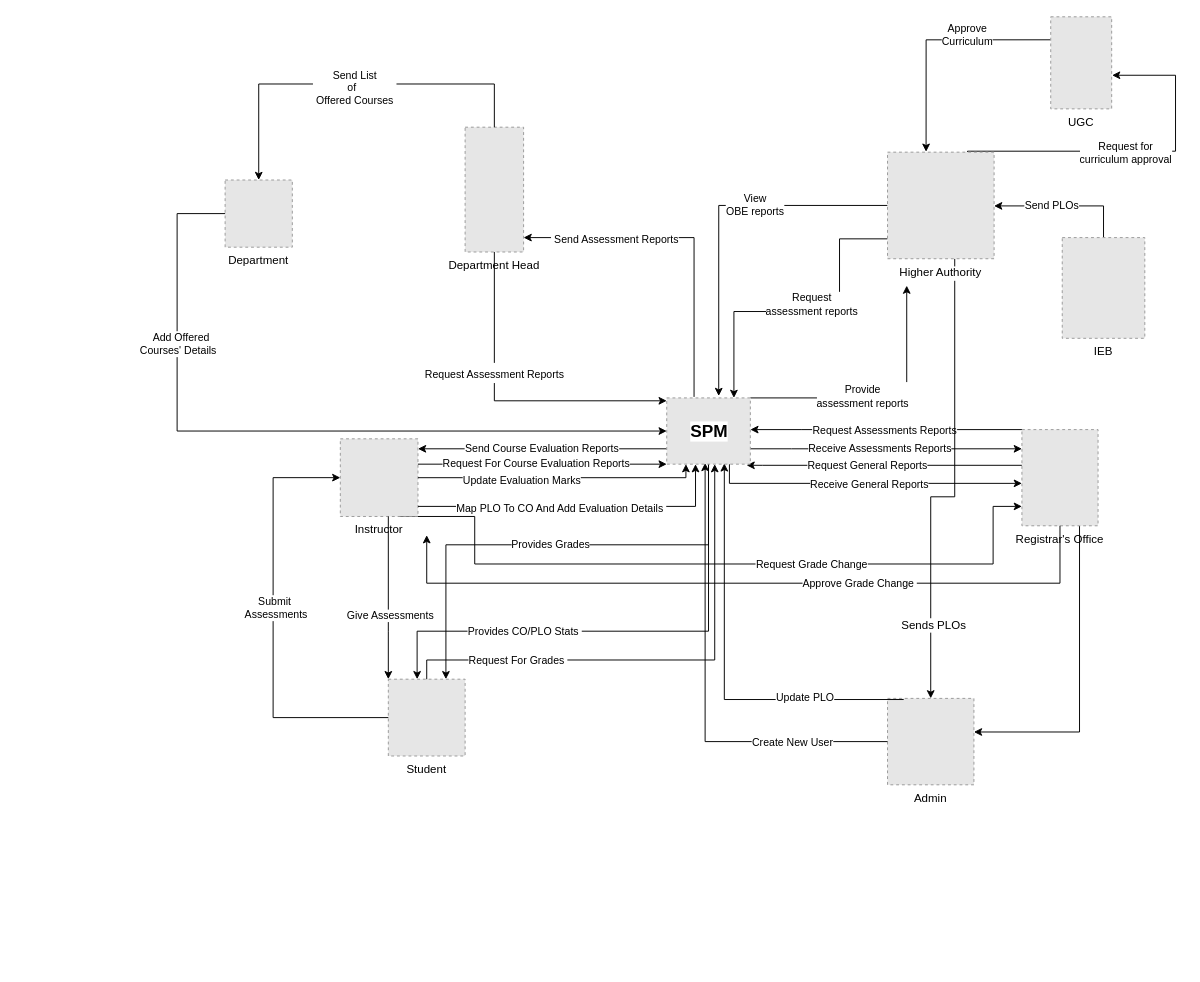
Above: Documentation/Rich_Picture_TOBE.drawio in injamam00155/CSE303-sec-04-Group-03 (draw.io), before the change. Source tidied: cells renumbered, new cells numbered last; positions are measured from the earlier drawing's top-left corner, leaving out a move shared by most shapes. Both pictures are drawn from the tidied source at 96%, with x=0, y=0 at pixel (177, 16). Pictures stored in the file or linked from it are replaced by grey dashed boxes.
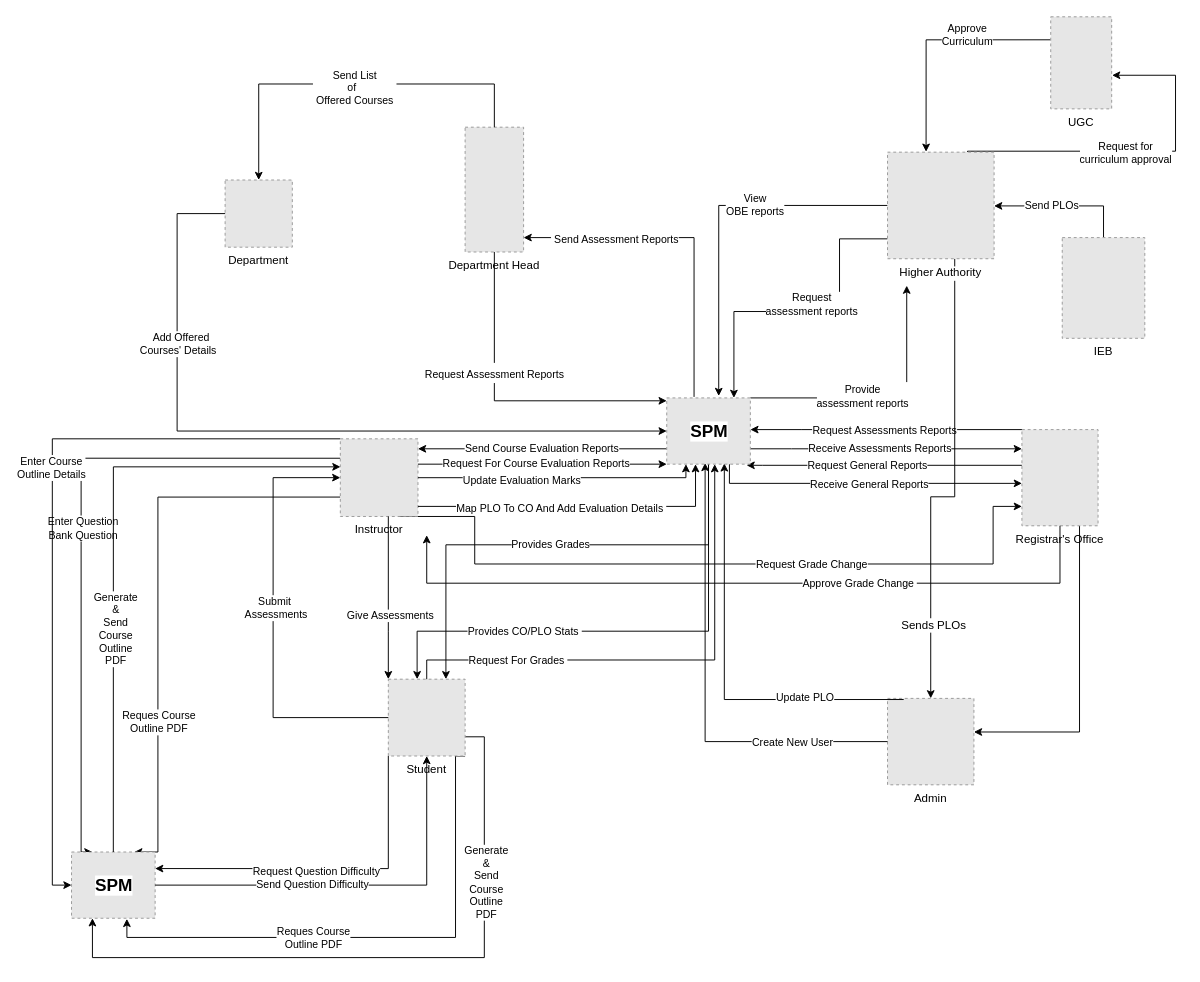
After the change.

The change refers to these unchanged cells:
```xml
<mxCell id="24" value="Instructor" style="fillColor=#E6E6E6;strokeColor=#999999;dashed=1;verticalLabelPosition=bottom;verticalAlign=top;" parent="1" vertex="1">
  <mxGeometry x="170" y="439.6" width="80.9" height="80.9" as="geometry" />
</mxCell>
<mxCell id="26" value="Student" style="fillColor=#E6E6E6;strokeColor=#999999;dashed=1;verticalLabelPosition=bottom;verticalAlign=top;" parent="1" vertex="1">
  <mxGeometry x="220" y="690" width="80" height="80" as="geometry" />
</mxCell>
```

Change to the diagram source:
```diff
@@
+    <mxCell id="71" style="edgeStyle=orthogonalEdgeStyle;rounded=0;jettySize=auto;html=1;exitX=0;exitY=0.25;exitDx=0;exitDy=0;entryX=0.25;entryY=0;entryDx=0;entryDy=0;" parent="1" edge="1" source="24" target="84">
+      <mxGeometry relative="1" as="geometry">
+        <Array as="points">
+          <mxPoint x="-100" y="460" />
+          <mxPoint x="-100" y="870" />
+        </Array>
+      </mxGeometry>
+    </mxCell>
+    <mxCell id="72" value="Enter Question&lt;br&gt;Bank Question" style="edgeLabel;html=1;align=center;verticalAlign=middle;" parent="71" vertex="1">
+      <mxGeometry x="-0.01" y="1" relative="1" as="geometry" />
+    </mxCell>
+    <mxCell id="73" style="edgeStyle=orthogonalEdgeStyle;rounded=0;jettySize=auto;html=1;exitX=0;exitY=0;exitDx=0;exitDy=0;entryX=0;entryY=0.5;entryDx=0;entryDy=0;" parent="1" edge="1" source="24" target="84">
+      <mxGeometry relative="1" as="geometry">
+        <Array as="points">
+          <mxPoint x="-130" y="440" />
+          <mxPoint x="-130" y="905" />
+        </Array>
+      </mxGeometry>
+    </mxCell>
+    <mxCell id="74" value="Enter Course&lt;br&gt;Outline Details" style="edgeLabel;html=1;align=center;verticalAlign=middle;" parent="73" vertex="1">
+      <mxGeometry x="-0.16" y="-1" relative="1" as="geometry">
+        <mxPoint x="-1" as="offset" />
+      </mxGeometry>
+    </mxCell>
+    <mxCell id="75" style="edgeStyle=orthogonalEdgeStyle;rounded=0;jettySize=auto;html=1;exitX=0;exitY=0.75;exitDx=0;exitDy=0;entryX=0.75;entryY=0;entryDx=0;entryDy=0;" parent="1" edge="1" source="24" target="84">
+      <mxGeometry relative="1" as="geometry">
+        <Array as="points">
+          <mxPoint x="-20" y="500" />
+          <mxPoint x="-20" y="870" />
+        </Array>
+      </mxGeometry>
+    </mxCell>
+    <mxCell id="76" value="Reques Course&lt;br&gt;Outline PDF" style="edgeLabel;html=1;align=center;verticalAlign=middle;" parent="75" vertex="1">
+      <mxGeometry x="0.45" relative="1" as="geometry" />
+    </mxCell>
@@
+    <mxCell id="77" style="edgeStyle=orthogonalEdgeStyle;rounded=0;jettySize=auto;html=1;exitX=0;exitY=1;exitDx=0;exitDy=0;entryX=1;entryY=0.25;entryDx=0;entryDy=0;" parent="1" edge="1" source="26" target="84">
+      <mxGeometry relative="1" as="geometry" />
+    </mxCell>
+    <mxCell id="78" value="Request Question Difficulty" style="edgeLabel;html=1;align=center;verticalAlign=middle;" parent="77" vertex="1">
+      <mxGeometry x="0.07" y="2" relative="1" as="geometry" />
+    </mxCell>
+    <mxCell id="79" style="edgeStyle=orthogonalEdgeStyle;rounded=0;jettySize=auto;html=1;exitX=1;exitY=1;exitDx=0;exitDy=0;entryX=0.662;entryY=1.009;entryDx=0;entryDy=0;entryPerimeter=0;" parent="1" edge="1" source="26" target="84">
+      <mxGeometry relative="1" as="geometry">
+        <Array as="points">
+          <mxPoint x="290" y="770" />
+          <mxPoint x="290" y="959" />
+          <mxPoint x="-52" y="959" />
+        </Array>
+      </mxGeometry>
+    </mxCell>
+    <mxCell id="80" value="Reques Course&lt;br&gt;Outline PDF" style="edgeLabel;html=1;align=center;verticalAlign=middle;" parent="79" vertex="1">
+      <mxGeometry x="0.24" relative="1" as="geometry" />
+    </mxCell>
+    <mxCell id="81" style="edgeStyle=orthogonalEdgeStyle;rounded=0;jettySize=auto;html=1;exitX=1;exitY=0.75;exitDx=0;exitDy=0;entryX=0.25;entryY=1;entryDx=0;entryDy=0;" parent="1" edge="1" source="26" target="84">
+      <mxGeometry relative="1" as="geometry">
+        <Array as="points">
+          <mxPoint x="320" y="750" />
+          <mxPoint x="320" y="980" />
+          <mxPoint x="-88" y="980" />
+        </Array>
+      </mxGeometry>
+    </mxCell>
+    <mxCell id="82" value="Generate&lt;br&gt;&amp;amp;&lt;br&gt;Send&lt;br&gt;Course&lt;br&gt;Outline&lt;br&gt;PDF" style="edgeLabel;html=1;align=center;verticalAlign=middle;" parent="81" vertex="1">
+      <mxGeometry x="-0.51" y="1" relative="1" as="geometry" />
+    </mxCell>
@@
+    <mxCell id="83" style="group;" parent="1" vertex="1">
+      <mxGeometry x="-110" y="870" width="87.1" height="69" as="geometry" />
+    </mxCell>
+    <mxCell id="84" style="fillColor=#E6E6E6;strokeColor=#999999;dashed=1;verticalLabelPosition=bottom;verticalAlign=top;" parent="83" vertex="1">
+      <mxGeometry width="87.1" height="69" as="geometry" />
+    </mxCell>
+    <mxCell id="85" value="SPM" style="text;html=1;align=center;verticalAlign=middle;strokeColor=none;fillColor=none;strokeWidth=1;fontSize=18;fontStyle=1;labelBackgroundColor=default;labelBorderColor=none;fontColor=default;" parent="83" vertex="1">
+      <mxGeometry x="13.5" y="14.5" width="60" height="40" as="geometry" />
+    </mxCell>
+    <mxCell id="86" style="edgeStyle=orthogonalEdgeStyle;rounded=0;jettySize=auto;html=1;exitX=1;exitY=0.5;exitDx=0;exitDy=0;" parent="1" edge="1" source="84" target="26">
+      <mxGeometry relative="1" as="geometry" />
+    </mxCell>
+    <mxCell id="87" value="Send Question Difficulty" style="edgeLabel;html=1;align=center;verticalAlign=middle;" parent="86" vertex="1">
+      <mxGeometry x="-0.22" y="1" relative="1" as="geometry" />
+    </mxCell>
+    <mxCell id="88" style="edgeStyle=orthogonalEdgeStyle;rounded=0;jettySize=auto;html=1;exitX=0.5;exitY=0;exitDx=0;exitDy=0;entryX=0.002;entryY=0.361;entryDx=0;entryDy=0;entryPerimeter=0;" parent="1" edge="1" source="84" target="24">
+      <mxGeometry relative="1" as="geometry" />
+    </mxCell>
+    <mxCell id="89" value="Generate&lt;br&gt;&amp;amp;&lt;br&gt;Send&lt;br&gt;Course&lt;br&gt;Outline&lt;br&gt;PDF" style="edgeLabel;html=1;align=center;verticalAlign=middle;" parent="88" vertex="1">
+      <mxGeometry x="-0.27" y="-2" relative="1" as="geometry" />
+    </mxCell>
```
